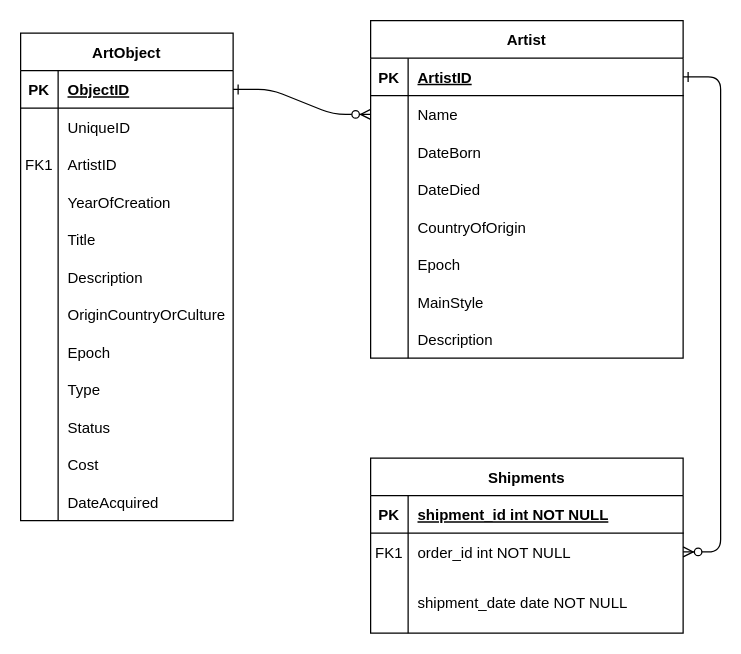
The draw.io diagram 未命名绘图.drawio in QingyangZeng-121/dat, before the edit. Source tidied: cells renumbered, new cells numbered last; positions are measured from the earlier drawing's top-left corner, leaving out a move shared by most shapes. Both pictures are drawn from the tidied source at 125%, with x=0, y=0 at pixel (20, 20).
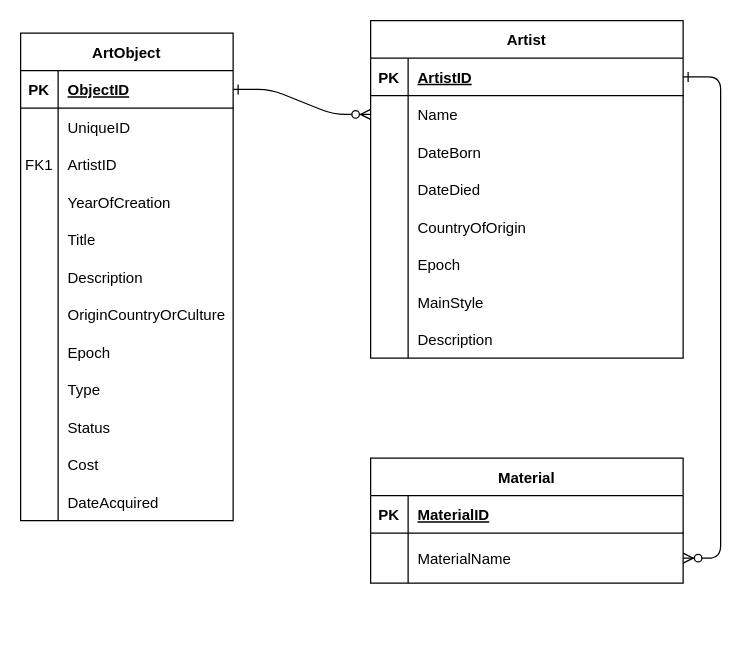
The same page after the edit.

The change refers to these unchanged cells:
```xml
<mxCell id="30" style="shape=partialRectangle;fillColor=none;top=0;left=0;right=0;bottom=1;" parent="29" vertex="1">
  <mxGeometry y="30" width="250" height="30" as="geometry" />
</mxCell>
```

Change to the diagram source:
```diff
@@
-    <mxCell id="29" value="Shipments" style="shape=table;startSize=30;childLayout=tableLayout;rowLines=0;fontStyle=1;align=center;" parent="1" vertex="1">
-      <mxGeometry x="280" y="350" width="250" height="140" as="geometry" />
+    <mxCell id="29" value="Material" style="shape=table;startSize=30;childLayout=tableLayout;rowLines=0;fontStyle=1;align=center;" parent="1" vertex="1">
+      <mxGeometry x="280" y="350" width="250" height="100" as="geometry" />
     </mxCell>
@@
-    <mxCell id="32" value="shipment_id int NOT NULL " style="shape=partialRectangle;overflow=hidden;fillColor=none;top=0;left=0;bottom=0;right=0;align=left;spacingLeft=6;fontStyle=5;" parent="30" vertex="1">
+    <mxCell id="32" value="MaterialID" style="shape=partialRectangle;overflow=hidden;fillColor=none;top=0;left=0;bottom=0;right=0;align=left;spacingLeft=6;fontStyle=5;" parent="30" vertex="1">
       <mxGeometry x="30" width="220" height="30" as="geometry" />
     </mxCell>
     <mxCell id="33" style="shape=partialRectangle;fillColor=none;points=[[0,0.5],[1,0.5]];portConstraint=eastwest;top=0;left=0;right=0;bottom=0;" parent="29" vertex="1">
-      <mxGeometry y="60" width="250" height="30" as="geometry" />
+      <mxGeometry y="60" width="250" height="40" as="geometry" />
     </mxCell>
-    <mxCell id="34" value="FK1" style="shape=partialRectangle;overflow=hidden;fillColor=none;top=0;left=0;bottom=0;right=0;" parent="33" vertex="1">
-      <mxGeometry width="30" height="30" as="geometry" />
+    <mxCell id="34" style="shape=partialRectangle;overflow=hidden;fillColor=none;top=0;left=0;bottom=0;right=0;" parent="33" vertex="1">
+      <mxGeometry width="30" height="40" as="geometry" />
     </mxCell>
-    <mxCell id="35" value="order_id int NOT NULL" style="shape=partialRectangle;overflow=hidden;fillColor=none;top=0;left=0;bottom=0;right=0;align=left;spacingLeft=6;" parent="33" vertex="1">
-      <mxGeometry x="30" width="220" height="30" as="geometry" />
+    <mxCell id="35" value="MaterialName" style="shape=partialRectangle;overflow=hidden;fillColor=none;top=0;left=0;bottom=0;right=0;align=left;spacingLeft=6;" parent="33" vertex="1">
+      <mxGeometry x="30" width="220" height="40" as="geometry" />
     </mxCell>
-    <mxCell id="36" style="shape=partialRectangle;fillColor=none;top=0;left=0;right=0;bottom=0;" parent="29" vertex="1">
-      <mxGeometry y="90" width="250" height="50" as="geometry" />
-    </mxCell>
-    <mxCell id="37" style="shape=partialRectangle;overflow=hidden;fillColor=none;top=0;left=0;bottom=0;right=0;" parent="36" vertex="1">
-      <mxGeometry width="30" height="50" as="geometry" />
-    </mxCell>
-    <mxCell id="38" value="shipment_date date NOT NULL" style="shape=partialRectangle;overflow=hidden;fillColor=none;top=0;left=0;bottom=0;right=0;align=left;spacingLeft=6;" parent="36" vertex="1">
-      <mxGeometry x="30" width="220" height="50" as="geometry" />
-    </mxCell>
```
